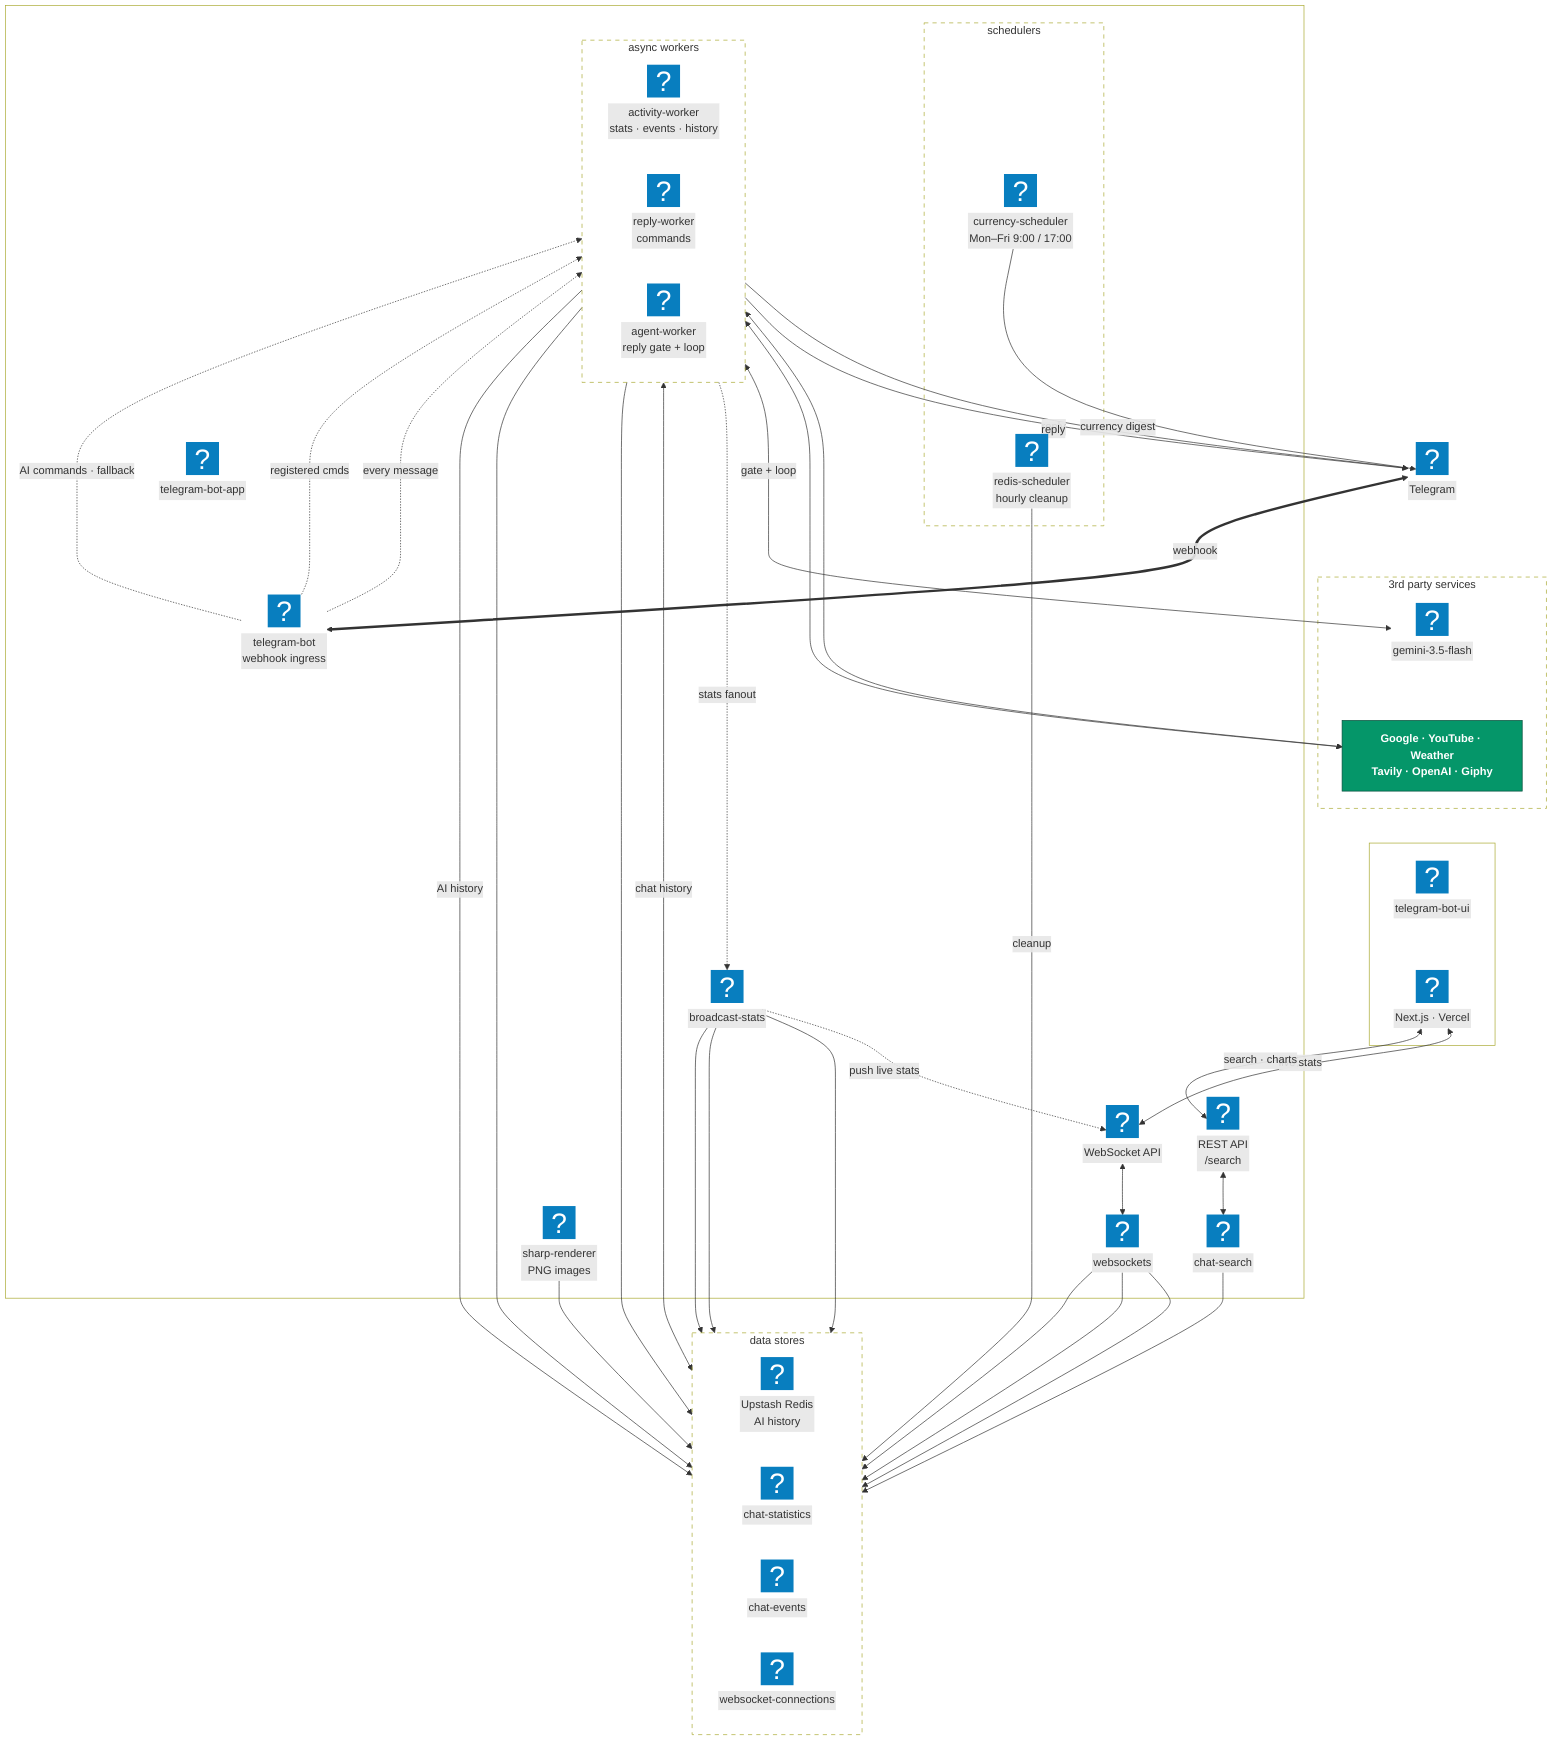
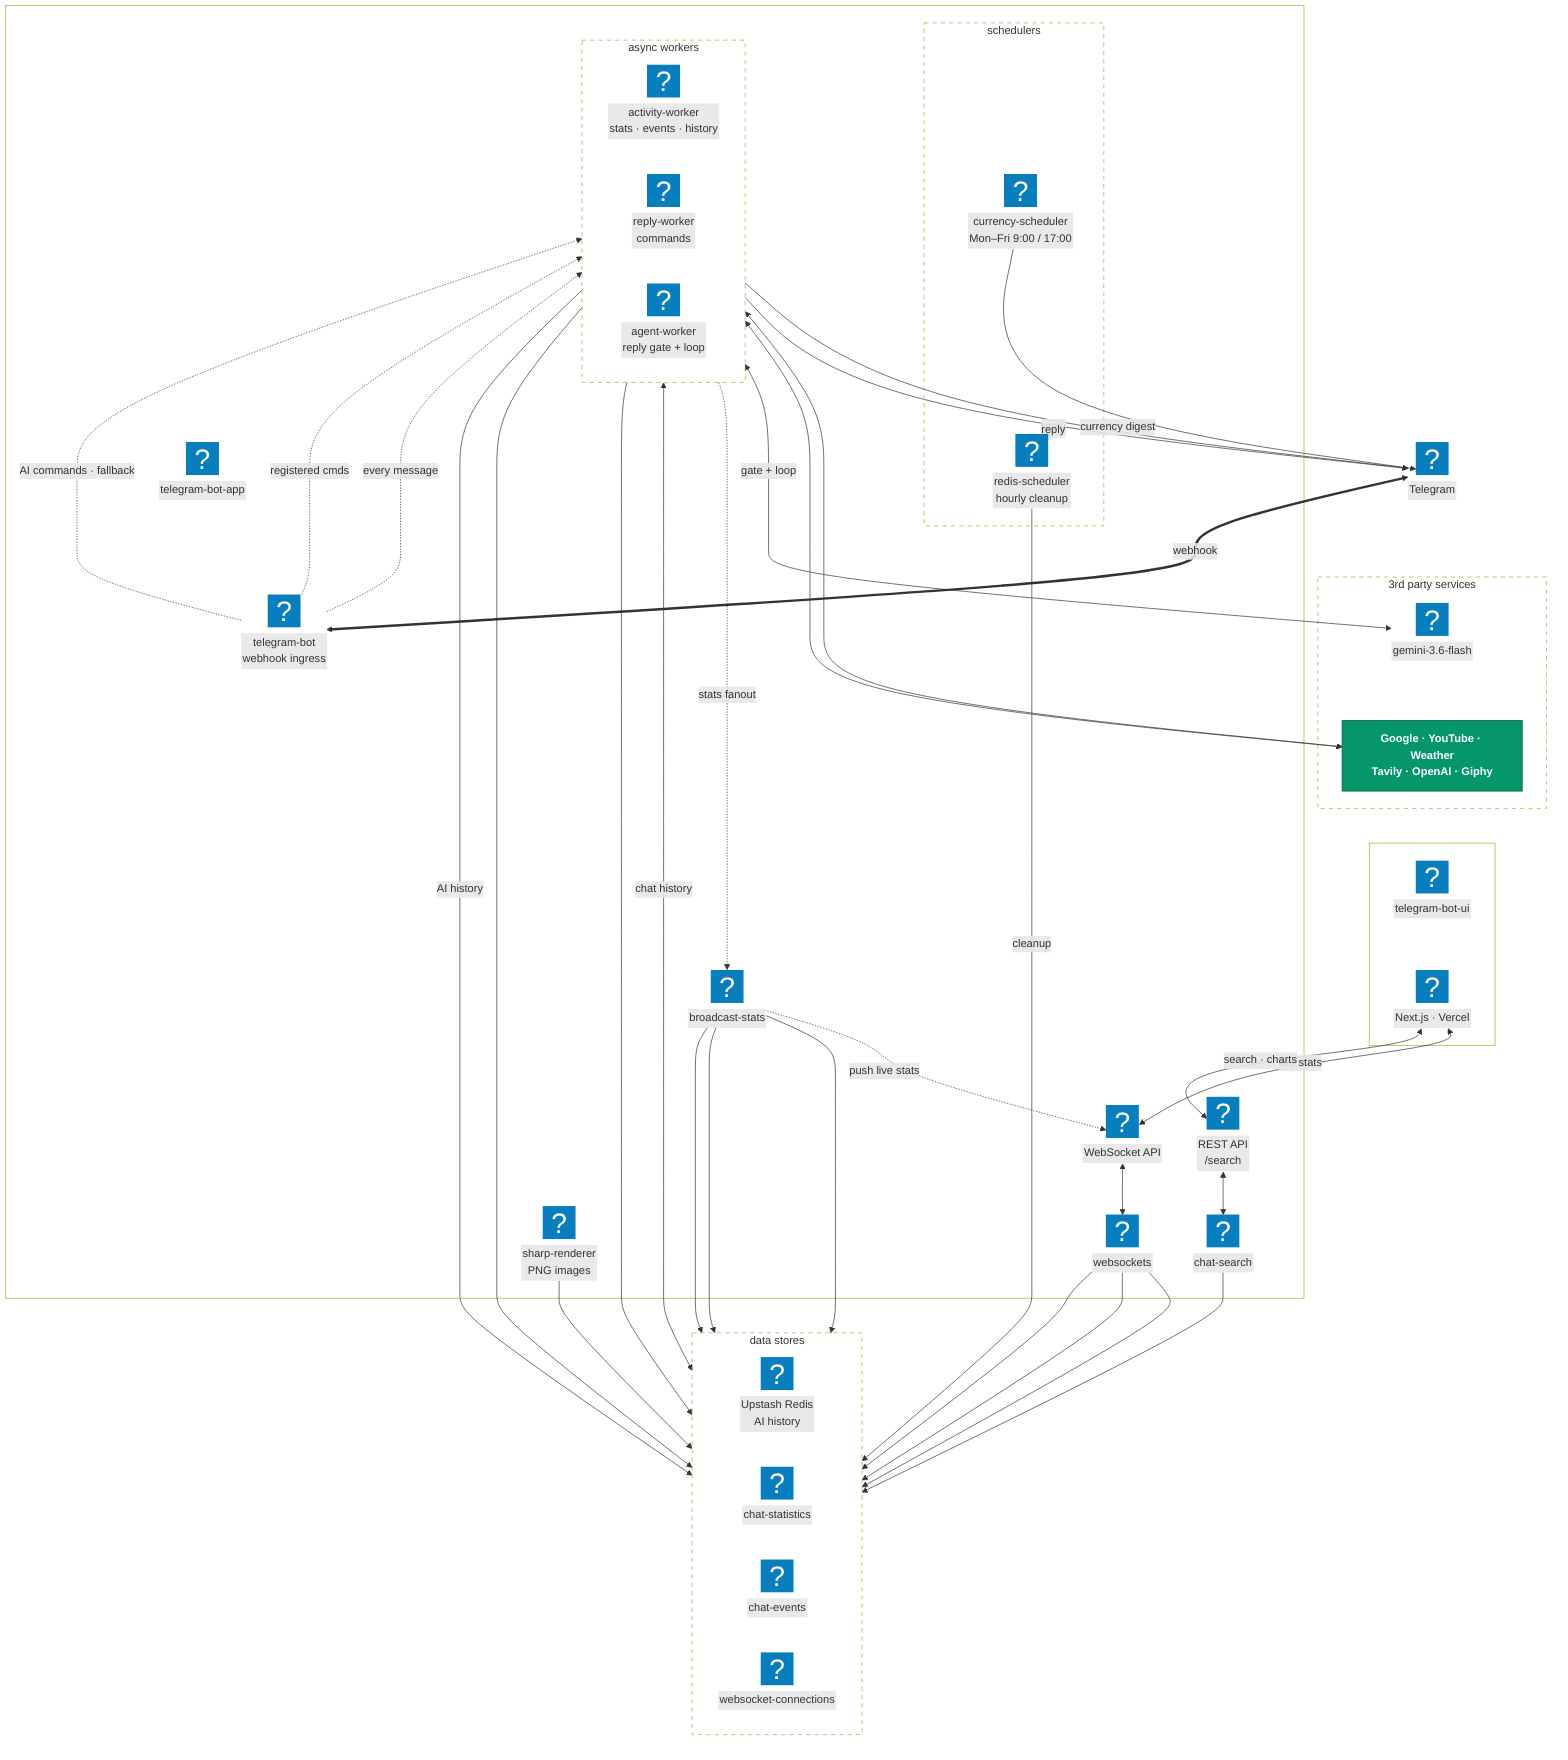
flowchart TB
  subgraph APP[" "]
    GHAPP@{ icon: "mdi:github", label: "telegram-bot-app", h: 36 }

    subgraph SCHED["schedulers"]
      CRON1@{ icon: "logos:aws-eventbridge", label: "currency-scheduler<br/>Mon–Fri 9:00 / 17:00", h: 38 }
      CRON2@{ icon: "logos:aws-eventbridge", label: "redis-scheduler<br/>hourly cleanup", h: 38 }
    end

    BOT@{ icon: "logos:aws-lambda", label: "telegram-bot<br/>webhook ingress", h: 42 }

    subgraph WORKERS["async workers"]
      direction LR
      ACT@{ icon: "logos:aws-lambda", label: "activity-worker<br/>stats · events · history", h: 42 }
      REPLY@{ icon: "logos:aws-lambda", label: "reply-worker<br/>commands", h: 42 }
      AGENT@{ icon: "logos:aws-lambda", label: "agent-worker<br/>reply gate + loop", h: 42 }
    end

    BCAST@{ icon: "logos:aws-lambda", label: "broadcast-stats", h: 42 }
    WSL@{ icon: "logos:aws-lambda", label: "websockets", h: 42 }
    SEARCH@{ icon: "logos:aws-lambda", label: "chat-search", h: 42 }
    IMG@{ icon: "logos:aws-lambda", label: "sharp-renderer<br/>PNG images", h: 42 }

    WSS@{ icon: "logos:aws-api-gateway", label: "WebSocket API", h: 40 }
    HTTP@{ icon: "logos:aws-api-gateway", label: "REST API<br/>/search", h: 40 }
  end

  TG@{ icon: "logos:telegram", label: "Telegram", h: 46 }

  subgraph UIBOX[" "]
    GHUI@{ icon: "mdi:github", label: "telegram-bot-ui", h: 36 }
    NEXT@{ icon: "simple-icons:nextdotjs", label: "Next.js · Vercel", h: 40 }
  end

  subgraph THIRD["3rd party services"]
-     GEM@{ icon: "logos:google-gemini", label: "gemini-3.5-flash", h: 38 }
+     GEM@{ icon: "logos:google-gemini", label: "gemini-3.6-flash", h: 38 }
    APIS["Google · YouTube · Weather<br/>Tavily · OpenAI · Giphy"]:::ext
  end

  subgraph DATA["data stores"]
    direction LR
    REDIS@{ icon: "logos:redis", label: "Upstash Redis<br/>AI history", h: 40 }
    STATS@{ icon: "logos:aws-dynamodb", label: "chat-statistics", h: 40 }
    EVENTS@{ icon: "logos:aws-dynamodb", label: "chat-events", h: 40 }
    CONNS@{ icon: "logos:aws-dynamodb", label: "websocket-connections", h: 40 }
  end

  GHAPP ~~~ BOT
  CRON1 ~~~ CRON2
  TG ~~~ GEM
  GEM ~~~ APIS
  APIS ~~~ GHUI
  GHUI ~~~ NEXT

  CRON1 -->|"currency digest"| TG
  CRON2 -->|"cleanup"| REDIS
  TG <==>|"webhook"| BOT

  BOT -.->|"every message"| ACT
  BOT -.->|"registered cmds"| REPLY
  BOT -.->|"AI commands · fallback"| AGENT

  REPLY -->|"reply"| TG
  AGENT -->|"reply"| TG
  REPLY <--> APIS
  AGENT <--> APIS
  AGENT <-->|"gate + loop"| GEM
  AGENT <-->|"chat history"| REDIS

  ACT --> STATS & EVENTS
  ACT -->|"AI history"| REDIS
  ACT -.->|"stats fanout"| BCAST

  BCAST --> STATS & EVENTS & CONNS
  WSL --> STATS & EVENTS & CONNS
  SEARCH --> STATS
  IMG --> EVENTS

  BCAST -.->|"push live stats"| WSS
  WSS <--> WSL
  HTTP <--> SEARCH

  NEXT <-->|"live stats"| WSS
  NEXT <-->|"search · charts"| HTTP

  classDef ext fill:#059669,stroke:#064e3b,color:#ffffff,font-weight:bold
  style SCHED fill:transparent,stroke-dasharray:6 6
  style WORKERS fill:transparent,stroke-dasharray:6 6
  style THIRD fill:transparent,stroke-dasharray:6 6
  style DATA fill:transparent,stroke-dasharray:6 6
  style APP fill:transparent
  style UIBOX fill:transparent
